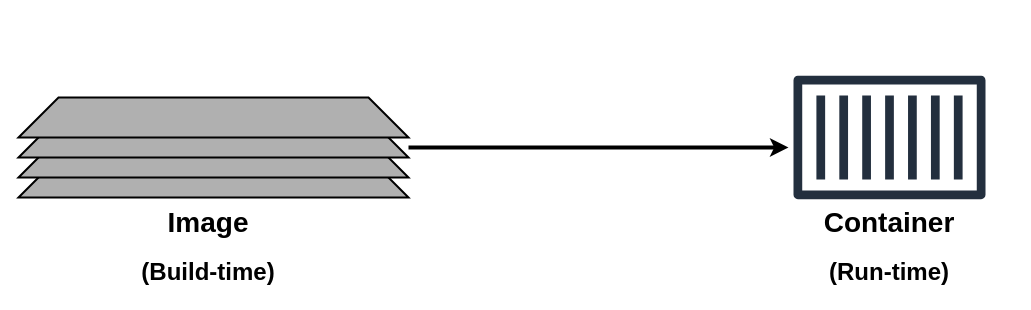
andygruber/master-thesis-mcce keeps this draw.io diagram as figures/poultonDockerDeepDive2019-buildRunTime.drawio. Above is the earlier version. Source tidied: cells renumbered, new cells numbered last; positions are measured from the earlier drawing's top-left corner, leaving out a move shared by most shapes. Both pictures are drawn from the tidied source at 100%, with x=0, y=0 at pixel (18, 17).
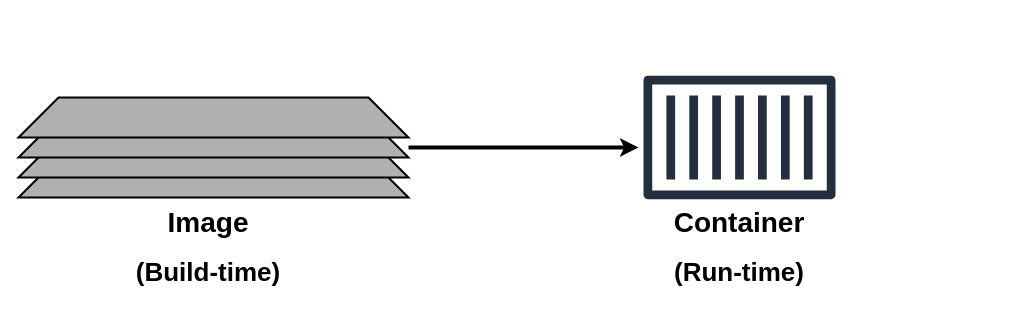
After the change.

Diff of the diagram source:
```diff
@@
 <mxGraphModel>
   <root>
     <mxCell id="0" />
     <mxCell id="1" parent="0" />
     <mxCell id="2" style="sketch=0;fontColor=#232F3E;gradientColor=none;strokeColor=#232F3E;fillColor=none;dashed=0;verticalLabelPosition=bottom;verticalAlign=middle;align=center;html=1;fontSize=12;fontStyle=0;shape=mxgraph.aws4.resourceIcon;resIcon=mxgraph.aws4.container_1;spacing=2;" parent="1" vertex="1">
-      <mxGeometry x="751" width="240" height="240" as="geometry" />
+      <mxGeometry x="601" width="240" height="240" as="geometry" />
     </mxCell>
     <mxCell id="3" value="Image" style="text;html=1;strokeColor=none;fillColor=none;align=center;verticalAlign=middle;whiteSpace=wrap;rounded=0;fontColor=#000000;fontSize=28;fontStyle=1;" parent="1" vertex="1">
       <mxGeometry x="110" y="180" width="160" height="50" as="geometry" />
     </mxCell>
-    <mxCell id="4" value="(Build-time)" style="text;html=1;strokeColor=none;fillColor=none;align=center;verticalAlign=middle;whiteSpace=wrap;rounded=0;fontColor=#000000;fontSize=24;fontStyle=1;" parent="1" vertex="1">
+    <mxCell id="4" value="(Build-time)" style="text;html=1;strokeColor=none;fillColor=none;align=center;verticalAlign=middle;whiteSpace=wrap;rounded=0;fontColor=#000000;fontSize=26;fontStyle=1;" parent="1" vertex="1">
       <mxGeometry x="70" y="235" width="240" height="40" as="geometry" />
     </mxCell>
     <mxCell id="5" style="endArrow=classic;html=1;rounded=0;strokeColor=#000000;strokeWidth=4;" parent="1" edge="1">
       <mxGeometry relative="1" as="geometry">
         <mxPoint x="390" y="130" as="sourcePoint" />
-        <mxPoint x="770" y="130" as="targetPoint" />
+        <mxPoint x="620" y="130" as="targetPoint" />
       </mxGeometry>
     </mxCell>
     <mxCell id="6" value="Container" style="text;html=1;strokeColor=none;fillColor=none;align=center;verticalAlign=middle;whiteSpace=wrap;rounded=0;fontColor=#000000;fontSize=28;fontStyle=1;" parent="1" vertex="1">
-      <mxGeometry x="746" y="180" width="250" height="50" as="geometry" />
+      <mxGeometry x="596" y="180" width="250" height="50" as="geometry" />
     </mxCell>
-    <mxCell id="7" value="(Run-time)" style="text;html=1;strokeColor=none;fillColor=none;align=center;verticalAlign=middle;whiteSpace=wrap;rounded=0;fontColor=#000000;fontSize=24;fontStyle=1;" parent="1" vertex="1">
-      <mxGeometry x="776" y="235" width="190" height="40" as="geometry" />
+    <mxCell id="7" value="(Run-time)" style="text;html=1;strokeColor=none;fillColor=none;align=center;verticalAlign=middle;whiteSpace=wrap;rounded=0;fontColor=#000000;fontSize=26;fontStyle=1;" parent="1" vertex="1">
+      <mxGeometry x="626" y="235" width="190" height="40" as="geometry" />
     </mxCell>
     <mxCell id="8" style="shape=trapezoid;perimeter=trapezoidPerimeter;whiteSpace=wrap;html=1;fixedSize=1;fillColor=#B0B0B0;strokeColor=#000000;strokeWidth=2;size=40;" parent="1" vertex="1">
       <mxGeometry y="140" width="390" height="40" as="geometry" />
     </mxCell>
     <mxCell id="9" style="shape=trapezoid;perimeter=trapezoidPerimeter;whiteSpace=wrap;html=1;fixedSize=1;fillColor=#B0B0B0;strokeColor=#000000;strokeWidth=2;size=40;" parent="1" vertex="1">
       <mxGeometry y="120" width="390" height="40" as="geometry" />
     </mxCell>
     <mxCell id="10" style="shape=trapezoid;perimeter=trapezoidPerimeter;whiteSpace=wrap;html=1;fixedSize=1;fillColor=#B0B0B0;strokeColor=#000000;strokeWidth=2;size=40;" parent="1" vertex="1">
       <mxGeometry y="100" width="390" height="40" as="geometry" />
     </mxCell>
     <mxCell id="11" style="shape=trapezoid;perimeter=trapezoidPerimeter;whiteSpace=wrap;html=1;fixedSize=1;fillColor=#B0B0B0;strokeColor=#000000;strokeWidth=2;size=40;" parent="1" vertex="1">
       <mxGeometry y="80" width="390" height="40" as="geometry" />
     </mxCell>
   </root>
 </mxGraphModel>
```
